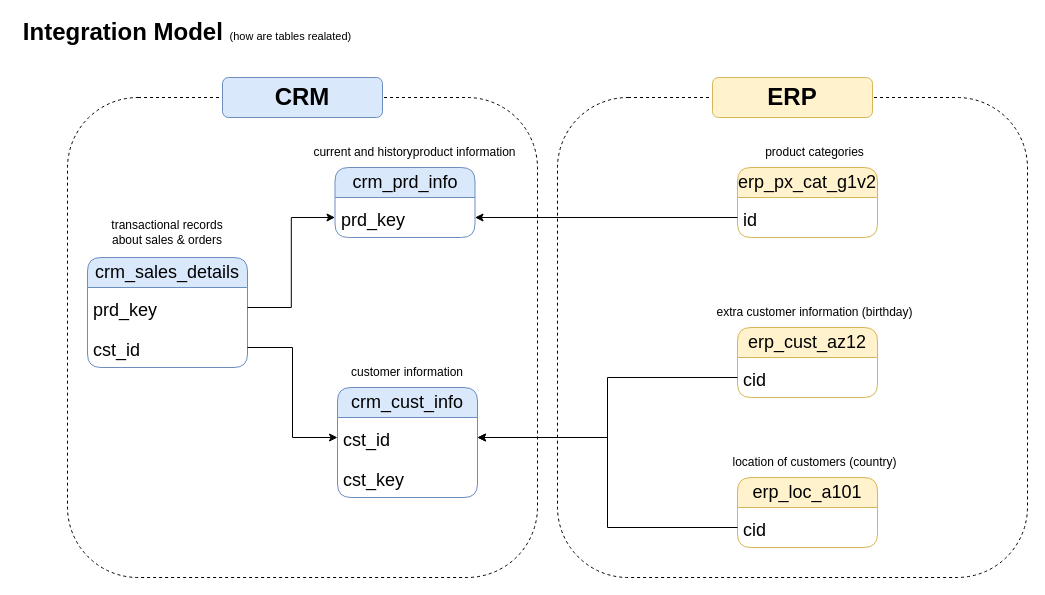
The draw.io diagram docs/integration_model.drawio in Bhavya-02022000/DWH_project, before the edit. Source tidied: cells renumbered, new cells numbered last; positions are measured from the earlier drawing's top-left corner, leaving out a move shared by most shapes. Both pictures are drawn from the tidied source at 100%, with x=0, y=0 at pixel (17, 17).
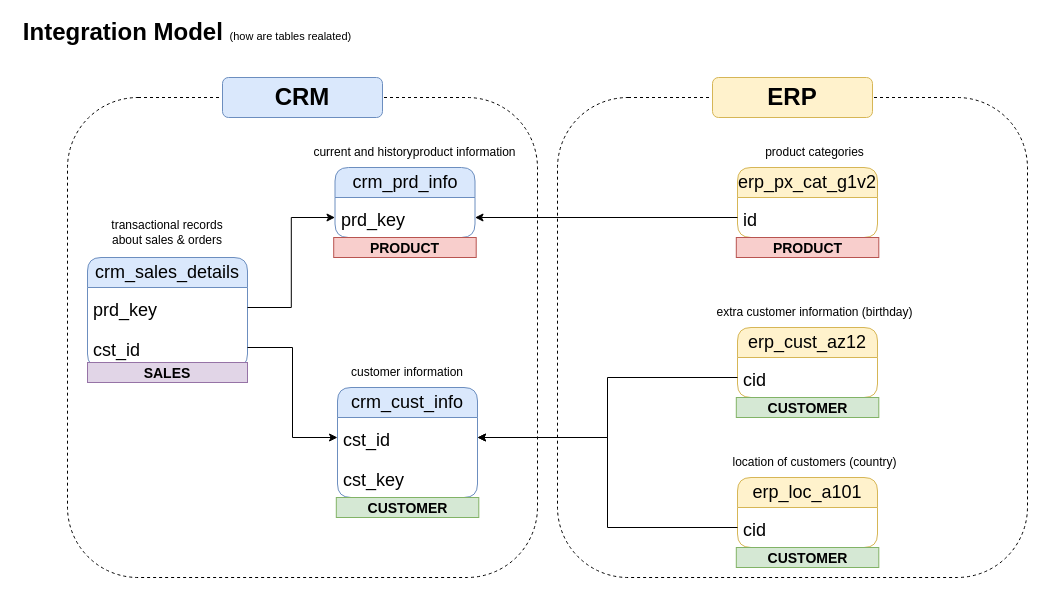
Above is the later version.

The edit, as a diff of the source:
```diff
@@
+    <mxCell id="32" value="&lt;b style=&quot;&quot;&gt;&lt;font style=&quot;font-size: 14px;&quot;&gt;PRODUCT&lt;/font&gt;&lt;/b&gt;" style="text;html=1;strokeColor=#b85450;fillColor=#f8cecc;align=center;verticalAlign=middle;whiteSpace=wrap;overflow=hidden;" parent="1" vertex="1">
+      <mxGeometry x="316.2" y="220" width="142.5" height="20" as="geometry" />
+    </mxCell>
+    <mxCell id="33" value="&lt;b style=&quot;&quot;&gt;&lt;font style=&quot;font-size: 14px;&quot;&gt;PRODUCT&lt;/font&gt;&lt;/b&gt;" style="text;html=1;strokeColor=#b85450;fillColor=#f8cecc;align=center;verticalAlign=middle;whiteSpace=wrap;overflow=hidden;" parent="1" vertex="1">
+      <mxGeometry x="718.8" y="220" width="142.5" height="20" as="geometry" />
+    </mxCell>
+    <mxCell id="34" value="&lt;b style=&quot;&quot;&gt;&lt;font style=&quot;font-size: 14px;&quot;&gt;CUSTOMER&lt;/font&gt;&lt;/b&gt;" style="text;html=1;strokeColor=#82b366;fillColor=#d5e8d4;align=center;verticalAlign=middle;whiteSpace=wrap;overflow=hidden;" parent="1" vertex="1">
+      <mxGeometry x="318.8" y="480" width="142.5" height="20" as="geometry" />
+    </mxCell>
+    <mxCell id="35" value="&lt;b style=&quot;&quot;&gt;&lt;font style=&quot;font-size: 14px;&quot;&gt;CUSTOMER&lt;/font&gt;&lt;/b&gt;" style="text;html=1;strokeColor=#82b366;fillColor=#d5e8d4;align=center;verticalAlign=middle;whiteSpace=wrap;overflow=hidden;" parent="1" vertex="1">
+      <mxGeometry x="718.8" y="380" width="142.5" height="20" as="geometry" />
+    </mxCell>
+    <mxCell id="36" value="&lt;b style=&quot;&quot;&gt;&lt;font style=&quot;font-size: 14px;&quot;&gt;CUSTOMER&lt;/font&gt;&lt;/b&gt;" style="text;html=1;strokeColor=#82b366;fillColor=#d5e8d4;align=center;verticalAlign=middle;whiteSpace=wrap;overflow=hidden;" parent="1" vertex="1">
+      <mxGeometry x="718.8" y="530" width="142.5" height="20" as="geometry" />
+    </mxCell>
+    <mxCell id="37" value="&lt;b style=&quot;&quot;&gt;&lt;font style=&quot;font-size: 14px;&quot;&gt;SALES&lt;/font&gt;&lt;/b&gt;" style="text;html=1;strokeColor=#9673a6;fillColor=#e1d5e7;align=center;verticalAlign=middle;whiteSpace=wrap;overflow=hidden;" parent="1" vertex="1">
+      <mxGeometry x="70" y="345" width="160" height="20" as="geometry" />
+    </mxCell>
```
